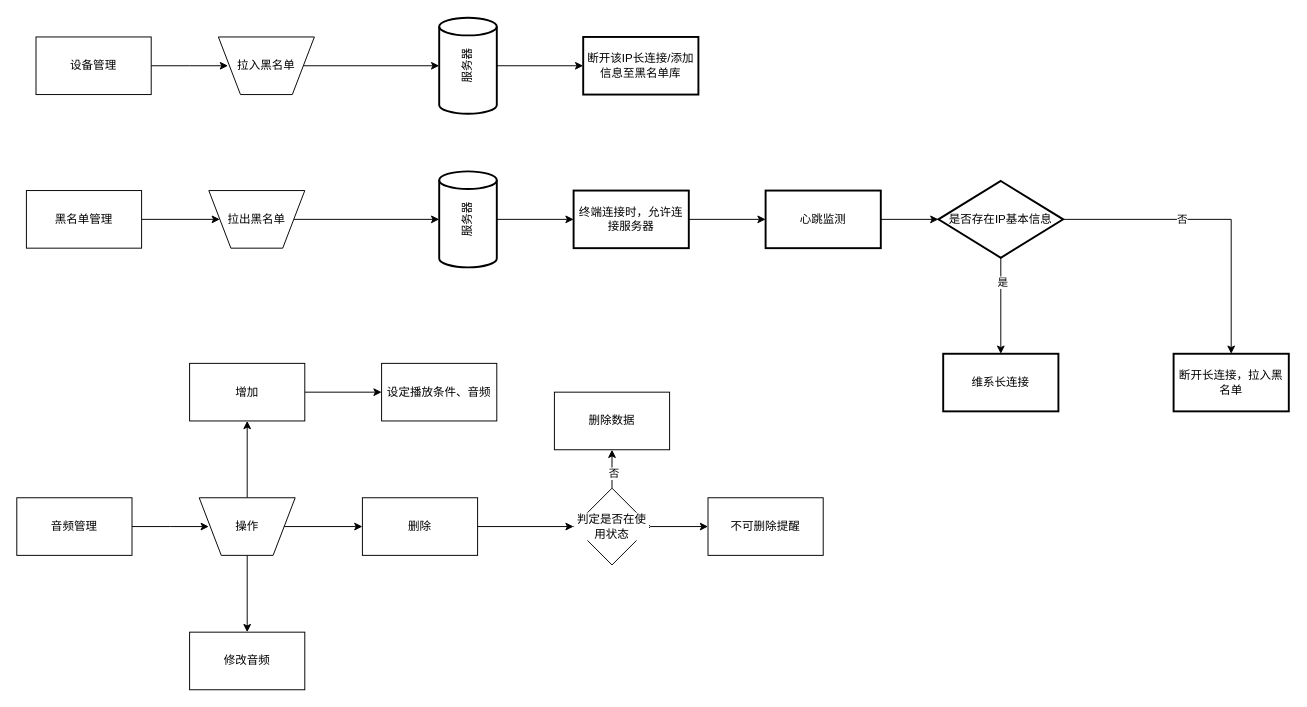
The draw.io diagram page "第 4 页" (4 of 4) of 硬件预警.drawio in YangDongDD/-, before the edit. Source tidied: cells renumbered, new cells numbered last; positions are measured from the earlier drawing's top-left corner, leaving out a move shared by most shapes. Both pictures are drawn from the tidied source at 96%, with x=0, y=0 at pixel (16, 36).
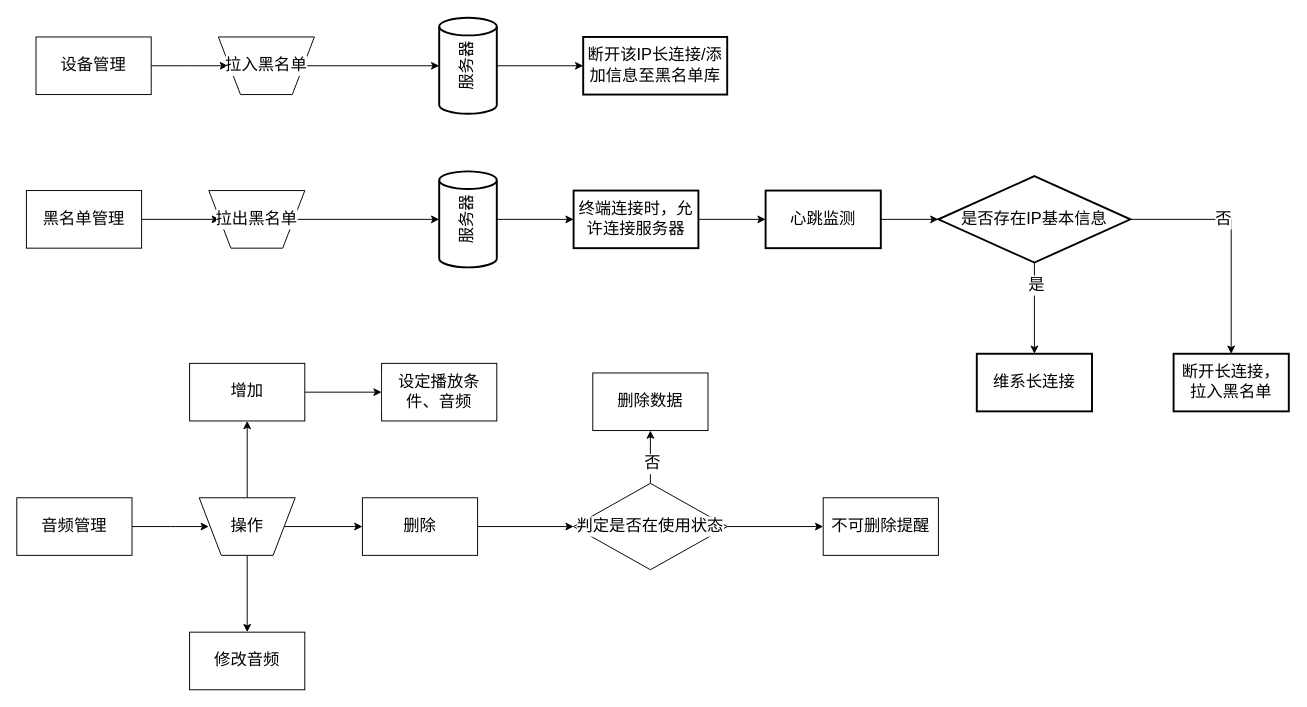
The same page after the edit.

Commit message:
更新硬件预警.drawio

What changed in the source:
```diff
@@
-    <mxCell id="2" style="edgeStyle=orthogonalEdgeStyle;rounded=0;jettySize=auto;html=1;" parent="1" edge="1" source="3">
+    <mxCell id="2" style="edgeStyle=orthogonalEdgeStyle;rounded=0;jettySize=auto;html=1;fontSize=17;" parent="1" edge="1" source="3">
       <mxGeometry relative="1" as="geometry">
         <mxPoint x="220" y="30" as="targetPoint" />
       </mxGeometry>
     </mxCell>
-    <mxCell id="3" value="设备管理" style="rounded=0;whiteSpace=wrap;html=1;labelBackgroundColor=default;" parent="1" vertex="1">
+    <mxCell id="3" value="设备管理" style="rounded=0;whiteSpace=wrap;html=1;labelBackgroundColor=default;fontSize=17;" parent="1" vertex="1">
       <mxGeometry x="20" width="120" height="60" as="geometry" />
     </mxCell>
-    <mxCell id="4" style="edgeStyle=orthogonalEdgeStyle;rounded=0;jettySize=auto;html=1;entryX=0.5;entryY=0;entryDx=0;entryDy=0;entryPerimeter=0;" parent="1" edge="1" source="5" target="7">
+    <mxCell id="4" style="edgeStyle=orthogonalEdgeStyle;rounded=0;jettySize=auto;html=1;entryX=0.5;entryY=0;entryDx=0;entryDy=0;entryPerimeter=0;fontSize=17;" parent="1" edge="1" source="5" target="7">
       <mxGeometry relative="1" as="geometry" />
     </mxCell>
-    <mxCell id="5" value="拉入黑名单" style="verticalLabelPosition=middle;verticalAlign=middle;html=1;shape=trapezoid;perimeter=trapezoidPerimeter;whiteSpace=wrap;size=0.23;arcSize=10;flipV=1;labelPosition=center;align=center;labelBackgroundColor=default;" parent="1" vertex="1">
+    <mxCell id="5" value="拉入黑名单" style="verticalLabelPosition=middle;verticalAlign=middle;html=1;shape=trapezoid;perimeter=trapezoidPerimeter;whiteSpace=wrap;size=0.23;arcSize=10;flipV=1;labelPosition=center;align=center;labelBackgroundColor=default;fontSize=17;" parent="1" vertex="1">
       <mxGeometry x="210" width="100" height="60" as="geometry" />
     </mxCell>
-    <mxCell id="6" style="edgeStyle=orthogonalEdgeStyle;rounded=0;jettySize=auto;html=1;" parent="1" edge="1" source="7" target="8">
+    <mxCell id="6" style="edgeStyle=orthogonalEdgeStyle;rounded=0;jettySize=auto;html=1;fontSize=17;" parent="1" edge="1" source="7" target="8">
       <mxGeometry relative="1" as="geometry" />
     </mxCell>
-    <mxCell id="7" value="服务器" style="strokeWidth=2;html=1;shape=mxgraph.flowchart.direct_data;whiteSpace=wrap;rotation=-90;" parent="1" vertex="1">
+    <mxCell id="7" value="服务器" style="strokeWidth=2;html=1;shape=mxgraph.flowchart.direct_data;whiteSpace=wrap;rotation=-90;fontSize=17;" parent="1" vertex="1">
       <mxGeometry x="420" width="100" height="60" as="geometry" />
     </mxCell>
-    <mxCell id="8" value="断开该IP长连接/添加信息至黑名单库" style="whiteSpace=wrap;html=1;strokeWidth=2;" parent="1" vertex="1">
-      <mxGeometry x="590" width="120" height="60" as="geometry" />
+    <mxCell id="8" value="断开该IP长连接/添加信息至黑名单库" style="whiteSpace=wrap;html=1;strokeWidth=2;fontSize=17;" parent="1" vertex="1">
+      <mxGeometry x="590" width="150" height="60" as="geometry" />
     </mxCell>
-    <mxCell id="9" style="edgeStyle=orthogonalEdgeStyle;rounded=0;jettySize=auto;html=1;" parent="1" edge="1" source="10" target="12">
+    <mxCell id="9" style="edgeStyle=orthogonalEdgeStyle;rounded=0;jettySize=auto;html=1;fontSize=17;" parent="1" edge="1" source="10" target="12">
       <mxGeometry relative="1" as="geometry" />
     </mxCell>
-    <mxCell id="10" value="黑名单管理" style="rounded=0;whiteSpace=wrap;html=1;labelBackgroundColor=default;" parent="1" vertex="1">
+    <mxCell id="10" value="黑名单管理" style="rounded=0;whiteSpace=wrap;html=1;labelBackgroundColor=default;fontSize=17;" parent="1" vertex="1">
       <mxGeometry x="10" y="160" width="120" height="60" as="geometry" />
     </mxCell>
-    <mxCell id="11" style="edgeStyle=orthogonalEdgeStyle;rounded=0;jettySize=auto;html=1;" parent="1" edge="1" source="12" target="14">
+    <mxCell id="11" style="edgeStyle=orthogonalEdgeStyle;rounded=0;jettySize=auto;html=1;fontSize=17;" parent="1" edge="1" source="12" target="14">
       <mxGeometry relative="1" as="geometry" />
     </mxCell>
-    <mxCell id="12" value="拉出黑名单" style="verticalLabelPosition=middle;verticalAlign=middle;html=1;shape=trapezoid;perimeter=trapezoidPerimeter;whiteSpace=wrap;size=0.23;arcSize=10;flipV=1;labelPosition=center;align=center;labelBackgroundColor=default;" parent="1" vertex="1">
+    <mxCell id="12" value="拉出黑名单" style="verticalLabelPosition=middle;verticalAlign=middle;html=1;shape=trapezoid;perimeter=trapezoidPerimeter;whiteSpace=wrap;size=0.23;arcSize=10;flipV=1;labelPosition=center;align=center;labelBackgroundColor=default;fontSize=17;" parent="1" vertex="1">
       <mxGeometry x="200" y="160" width="100" height="60" as="geometry" />
     </mxCell>
-    <mxCell id="13" style="edgeStyle=orthogonalEdgeStyle;rounded=0;jettySize=auto;html=1;entryX=0;entryY=0.5;entryDx=0;entryDy=0;" parent="1" edge="1" source="14" target="16">
+    <mxCell id="13" style="edgeStyle=orthogonalEdgeStyle;rounded=0;jettySize=auto;html=1;entryX=0;entryY=0.5;entryDx=0;entryDy=0;fontSize=17;" parent="1" edge="1" source="14" target="16">
       <mxGeometry relative="1" as="geometry" />
     </mxCell>
-    <mxCell id="14" value="服务器" style="strokeWidth=2;html=1;shape=mxgraph.flowchart.direct_data;whiteSpace=wrap;rotation=-90;" parent="1" vertex="1">
+    <mxCell id="14" value="服务器" style="strokeWidth=2;html=1;shape=mxgraph.flowchart.direct_data;whiteSpace=wrap;rotation=-90;fontSize=17;" parent="1" vertex="1">
       <mxGeometry x="420" y="160" width="100" height="60" as="geometry" />
     </mxCell>
-    <mxCell id="15" style="edgeStyle=orthogonalEdgeStyle;rounded=0;jettySize=auto;html=1;" parent="1" edge="1" source="16" target="25">
+    <mxCell id="15" style="edgeStyle=orthogonalEdgeStyle;rounded=0;jettySize=auto;html=1;fontSize=17;" parent="1" edge="1" source="16" target="25">
       <mxGeometry relative="1" as="geometry" />
     </mxCell>
-    <mxCell id="16" value="终端连接时，允许连接服务器" style="whiteSpace=wrap;html=1;strokeWidth=2;" parent="1" vertex="1">
-      <mxGeometry x="580" y="160" width="120" height="60" as="geometry" />
+    <mxCell id="16" value="终端连接时，允许连接服务器" style="whiteSpace=wrap;html=1;strokeWidth=2;fontSize=17;" parent="1" vertex="1">
+      <mxGeometry x="580" y="160" width="130" height="60" as="geometry" />
     </mxCell>
-    <mxCell id="17" style="edgeStyle=orthogonalEdgeStyle;rounded=0;jettySize=auto;html=1;" parent="1" edge="1" source="21" target="22">
+    <mxCell id="17" style="edgeStyle=orthogonalEdgeStyle;rounded=0;jettySize=auto;html=1;fontSize=17;" parent="1" edge="1" source="21" target="22">
       <mxGeometry relative="1" as="geometry" />
     </mxCell>
-    <mxCell id="18" value="否" style="edgeLabel;html=1;align=center;verticalAlign=middle;" parent="17" vertex="1">
+    <mxCell id="18" value="否" style="edgeLabel;html=1;align=center;verticalAlign=middle;fontSize=17;" parent="17" vertex="1">
       <mxGeometry x="-0.22" y="1" relative="1" as="geometry" />
     </mxCell>
-    <mxCell id="19" style="edgeStyle=orthogonalEdgeStyle;rounded=0;jettySize=auto;html=1;" parent="1" edge="1" source="21" target="23">
+    <mxCell id="19" style="edgeStyle=orthogonalEdgeStyle;rounded=0;jettySize=auto;html=1;fontSize=17;" parent="1" edge="1" source="21" target="23">
       <mxGeometry relative="1" as="geometry" />
     </mxCell>
-    <mxCell id="20" value="是" style="edgeLabel;html=1;align=center;verticalAlign=middle;" parent="19" vertex="1">
+    <mxCell id="20" value="是" style="edgeLabel;html=1;align=center;verticalAlign=middle;fontSize=17;" parent="19" vertex="1">
       <mxGeometry x="-0.51" y="1" relative="1" as="geometry" />
     </mxCell>
-    <mxCell id="21" value="是否存在IP基本信息" style="rhombus;whiteSpace=wrap;html=1;strokeWidth=2;" parent="1" vertex="1">
-      <mxGeometry x="960" y="150" width="130" height="80" as="geometry" />
+    <mxCell id="21" value="是否存在IP基本信息" style="rhombus;whiteSpace=wrap;html=1;strokeWidth=2;fontSize=17;" parent="1" vertex="1">
+      <mxGeometry x="960" y="145" width="200" height="90" as="geometry" />
     </mxCell>
-    <mxCell id="22" value="断开长连接，拉入黑名单" style="whiteSpace=wrap;html=1;strokeWidth=2;" parent="1" vertex="1">
+    <mxCell id="22" value="断开长连接，拉入黑名单" style="whiteSpace=wrap;html=1;strokeWidth=2;fontSize=17;" parent="1" vertex="1">
       <mxGeometry x="1205" y="330" width="120" height="60" as="geometry" />
     </mxCell>
-    <mxCell id="23" value="维系长连接" style="whiteSpace=wrap;html=1;strokeWidth=2;" parent="1" vertex="1">
-      <mxGeometry x="965" y="330" width="120" height="60" as="geometry" />
+    <mxCell id="23" value="&lt;font style=&quot;font-size: 17px;&quot;&gt;维系长连接&lt;/font&gt;" style="whiteSpace=wrap;html=1;strokeWidth=2;fontSize=17;" parent="1" vertex="1">
+      <mxGeometry x="1000" y="330" width="120" height="60" as="geometry" />
     </mxCell>
-    <mxCell id="24" style="edgeStyle=orthogonalEdgeStyle;rounded=0;jettySize=auto;html=1;" parent="1" edge="1" source="25" target="21">
+    <mxCell id="24" style="edgeStyle=orthogonalEdgeStyle;rounded=0;jettySize=auto;html=1;fontSize=17;" parent="1" edge="1" source="25" target="21">
       <mxGeometry relative="1" as="geometry" />
     </mxCell>
-    <mxCell id="25" value="心跳监测" style="whiteSpace=wrap;html=1;strokeWidth=2;" parent="1" vertex="1">
+    <mxCell id="25" value="心跳监测" style="whiteSpace=wrap;html=1;strokeWidth=2;fontSize=17;" parent="1" vertex="1">
       <mxGeometry x="780" y="160" width="120" height="60" as="geometry" />
     </mxCell>
-    <mxCell id="26" style="edgeStyle=orthogonalEdgeStyle;rounded=0;jettySize=auto;html=1;" parent="1" edge="1" source="27">
+    <mxCell id="26" style="edgeStyle=orthogonalEdgeStyle;rounded=0;jettySize=auto;html=1;fontSize=17;" parent="1" edge="1" source="27">
       <mxGeometry relative="1" as="geometry">
         <mxPoint x="200" y="510" as="targetPoint" />
       </mxGeometry>
     </mxCell>
-    <mxCell id="27" value="音频管理" style="rounded=0;whiteSpace=wrap;html=1;labelBackgroundColor=default;" parent="1" vertex="1">
+    <mxCell id="27" value="音频管理" style="rounded=0;whiteSpace=wrap;html=1;labelBackgroundColor=default;fontSize=17;" parent="1" vertex="1">
       <mxGeometry y="480" width="120" height="60" as="geometry" />
     </mxCell>
-    <mxCell id="28" style="edgeStyle=orthogonalEdgeStyle;rounded=0;jettySize=auto;html=1;" parent="1" edge="1" source="31" target="33">
+    <mxCell id="28" style="edgeStyle=orthogonalEdgeStyle;rounded=0;jettySize=auto;html=1;fontSize=17;" parent="1" edge="1" source="31" target="33">
       <mxGeometry relative="1" as="geometry" />
     </mxCell>
-    <mxCell id="29" style="edgeStyle=orthogonalEdgeStyle;rounded=0;jettySize=auto;html=1;" parent="1" edge="1" source="31" target="39">
+    <mxCell id="29" style="edgeStyle=orthogonalEdgeStyle;rounded=0;jettySize=auto;html=1;fontSize=17;" parent="1" edge="1" source="31" target="39">
       <mxGeometry relative="1" as="geometry" />
     </mxCell>
-    <mxCell id="30" style="edgeStyle=orthogonalEdgeStyle;rounded=0;jettySize=auto;html=1;" parent="1" edge="1" source="31" target="43">
+    <mxCell id="30" style="edgeStyle=orthogonalEdgeStyle;rounded=0;jettySize=auto;html=1;fontSize=17;" parent="1" edge="1" source="31" target="43">
       <mxGeometry relative="1" as="geometry" />
     </mxCell>
-    <mxCell id="31" value="操作" style="verticalLabelPosition=middle;verticalAlign=middle;html=1;shape=trapezoid;perimeter=trapezoidPerimeter;whiteSpace=wrap;size=0.23;arcSize=10;flipV=1;labelPosition=center;align=center;labelBackgroundColor=default;" parent="1" vertex="1">
+    <mxCell id="31" value="操作" style="verticalLabelPosition=middle;verticalAlign=middle;html=1;shape=trapezoid;perimeter=trapezoidPerimeter;whiteSpace=wrap;size=0.23;arcSize=10;flipV=1;labelPosition=center;align=center;labelBackgroundColor=default;fontSize=17;" parent="1" vertex="1">
       <mxGeometry x="190" y="480" width="100" height="60" as="geometry" />
     </mxCell>
-    <mxCell id="32" style="edgeStyle=orthogonalEdgeStyle;rounded=0;jettySize=auto;html=1;" parent="1" edge="1" source="33" target="37">
+    <mxCell id="32" style="edgeStyle=orthogonalEdgeStyle;rounded=0;jettySize=auto;html=1;fontSize=17;" parent="1" edge="1" source="33" target="37">
       <mxGeometry relative="1" as="geometry" />
     </mxCell>
-    <mxCell id="33" value="删除" style="whiteSpace=wrap;html=1;arcSize=10;labelBackgroundColor=default;" parent="1" vertex="1">
+    <mxCell id="33" value="删除" style="whiteSpace=wrap;html=1;arcSize=10;labelBackgroundColor=default;fontSize=17;" parent="1" vertex="1">
       <mxGeometry x="360" y="480" width="120" height="60" as="geometry" />
     </mxCell>
-    <mxCell id="34" style="edgeStyle=orthogonalEdgeStyle;rounded=0;jettySize=auto;html=1;" parent="1" edge="1" source="37" target="41">
+    <mxCell id="34" style="edgeStyle=orthogonalEdgeStyle;rounded=0;jettySize=auto;html=1;fontSize=17;" parent="1" edge="1" source="37" target="41">
       <mxGeometry relative="1" as="geometry" />
     </mxCell>
-    <mxCell id="35" value="否" style="edgeLabel;html=1;align=center;verticalAlign=middle;" parent="34" vertex="1">
+    <mxCell id="35" value="否" style="edgeLabel;html=1;align=center;verticalAlign=middle;fontSize=17;" parent="34" vertex="1">
       <mxGeometry x="-0.22" y="-1" relative="1" as="geometry" />
     </mxCell>
-    <mxCell id="36" style="edgeStyle=orthogonalEdgeStyle;rounded=0;jettySize=auto;html=1;" parent="1" edge="1" source="37" target="42">
+    <mxCell id="36" style="edgeStyle=orthogonalEdgeStyle;rounded=0;jettySize=auto;html=1;fontSize=17;" parent="1" edge="1" source="37" target="42">
       <mxGeometry relative="1" as="geometry" />
     </mxCell>
-    <mxCell id="37" value="判定是否在使用状态" style="rhombus;whiteSpace=wrap;html=1;arcSize=10;labelBackgroundColor=default;" parent="1" vertex="1">
-      <mxGeometry x="580" y="470" width="80" height="80" as="geometry" />
+    <mxCell id="37" value="判定是否在使用状态" style="rhombus;whiteSpace=wrap;html=1;arcSize=10;labelBackgroundColor=default;fontSize=17;" parent="1" vertex="1">
+      <mxGeometry x="580" y="465" width="160" height="90" as="geometry" />
     </mxCell>
-    <mxCell id="38" style="edgeStyle=orthogonalEdgeStyle;rounded=0;jettySize=auto;html=1;" parent="1" edge="1" source="39" target="40">
+    <mxCell id="38" style="edgeStyle=orthogonalEdgeStyle;rounded=0;jettySize=auto;html=1;fontSize=17;" parent="1" edge="1" source="39" target="40">
       <mxGeometry relative="1" as="geometry" />
     </mxCell>
-    <mxCell id="39" value="增加" style="whiteSpace=wrap;html=1;arcSize=10;labelBackgroundColor=default;" parent="1" vertex="1">
+    <mxCell id="39" value="增加" style="whiteSpace=wrap;html=1;arcSize=10;labelBackgroundColor=default;fontSize=17;" parent="1" vertex="1">
       <mxGeometry x="180" y="340" width="120" height="60" as="geometry" />
     </mxCell>
-    <mxCell id="40" value="设定播放条件、音频" style="whiteSpace=wrap;html=1;arcSize=10;labelBackgroundColor=default;" parent="1" vertex="1">
+    <mxCell id="40" value="设定播放条件、音频" style="whiteSpace=wrap;html=1;arcSize=10;labelBackgroundColor=default;fontSize=17;" parent="1" vertex="1">
       <mxGeometry x="380" y="340" width="120" height="60" as="geometry" />
     </mxCell>
-    <mxCell id="41" value="删除数据" style="whiteSpace=wrap;html=1;arcSize=10;labelBackgroundColor=default;" parent="1" vertex="1">
-      <mxGeometry x="560" y="370" width="120" height="60" as="geometry" />
+    <mxCell id="41" value="删除数据" style="whiteSpace=wrap;html=1;arcSize=10;labelBackgroundColor=default;fontSize=17;" parent="1" vertex="1">
+      <mxGeometry x="600" y="350" width="120" height="60" as="geometry" />
     </mxCell>
-    <mxCell id="42" value="不可删除提醒" style="whiteSpace=wrap;html=1;arcSize=10;labelBackgroundColor=default;" parent="1" vertex="1">
-      <mxGeometry x="720" y="480" width="120" height="60" as="geometry" />
+    <mxCell id="42" value="不可删除提醒" style="whiteSpace=wrap;html=1;arcSize=10;labelBackgroundColor=default;fontSize=17;" parent="1" vertex="1">
+      <mxGeometry x="840" y="480" width="120" height="60" as="geometry" />
     </mxCell>
-    <mxCell id="43" value="修改音频" style="whiteSpace=wrap;html=1;arcSize=10;labelBackgroundColor=default;" parent="1" vertex="1">
+    <mxCell id="43" value="修改音频" style="whiteSpace=wrap;html=1;arcSize=10;labelBackgroundColor=default;fontSize=17;" parent="1" vertex="1">
       <mxGeometry x="180" y="620" width="120" height="60" as="geometry" />
     </mxCell>
```
